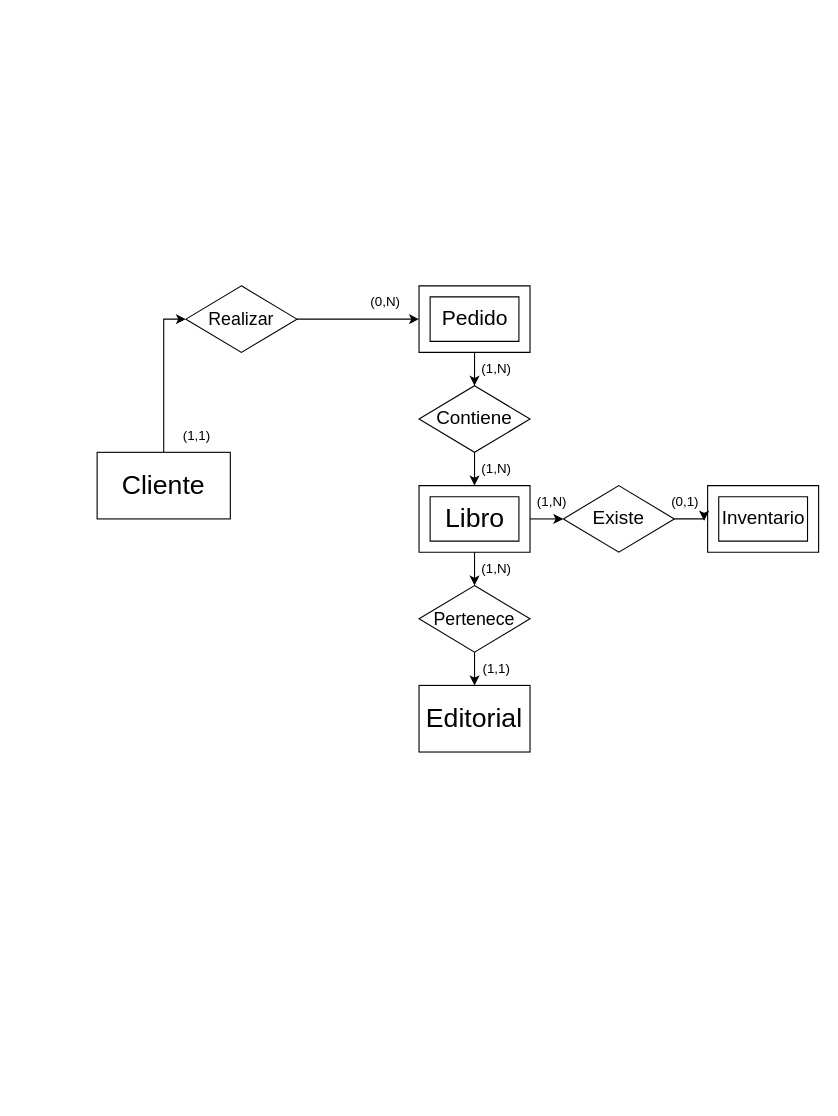
This is Diagrama sin título.drawio from MattLudu/portfolio, a draw.io file, before an edit. Source tidied: cells renumbered, new cells numbered last; positions are measured from the earlier drawing's top-left corner, leaving out a move shared by most shapes. Both pictures are drawn from the tidied source at 111%, with x=0, y=0 at pixel (97, 285).
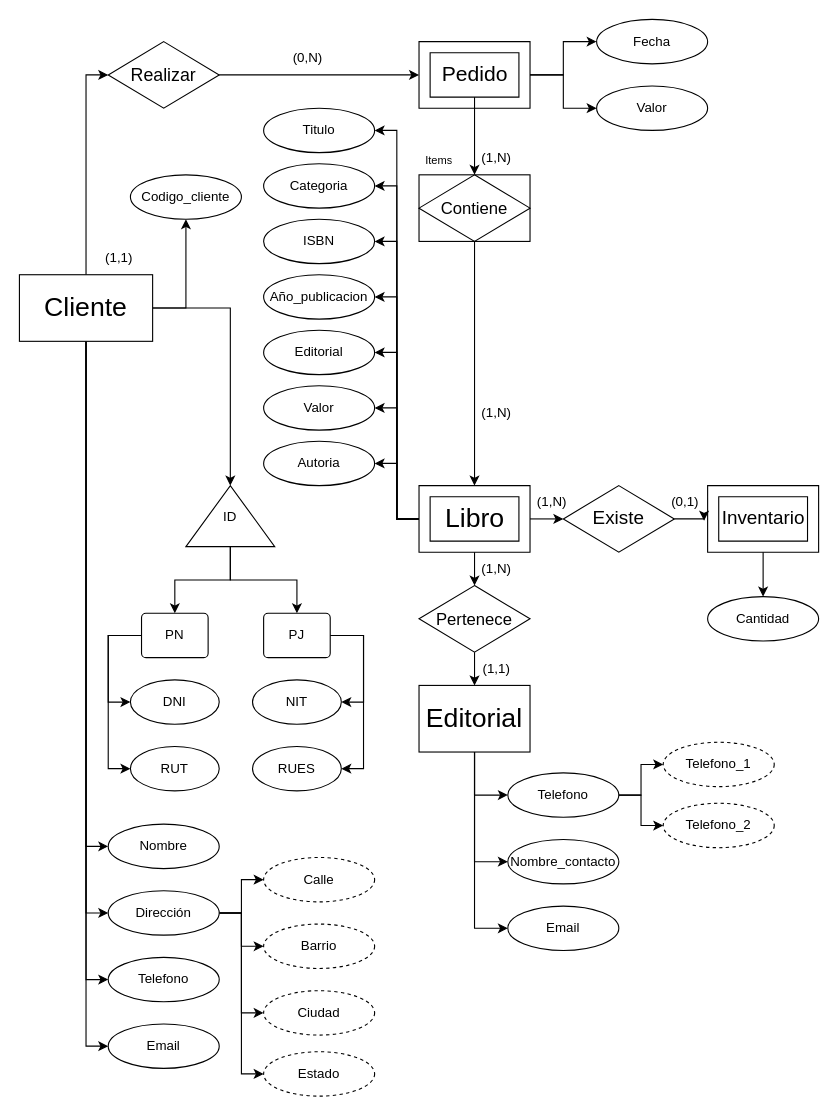
The same diagram, later.

The change refers to these unchanged cells:
```xml
<mxCell id="4" value="&lt;font style=&quot;font-size: 24px;&quot;&gt;Editorial&lt;/font&gt;" style="rounded=0;whiteSpace=wrap;html=1;" parent="1" vertex="1">
  <mxGeometry x="290" y="360" width="100" height="60" as="geometry" />
</mxCell>
<mxCell id="7" style="verticalLabelPosition=bottom;verticalAlign=top;html=1;shape=mxgraph.basic.frame;dx=10;whiteSpace=wrap;" parent="6" vertex="1">
  <mxGeometry width="100" height="60" as="geometry" />
</mxCell>
<mxCell id="10" style="verticalLabelPosition=bottom;verticalAlign=top;html=1;shape=mxgraph.basic.frame;dx=10;whiteSpace=wrap;" parent="9" vertex="1">
  <mxGeometry width="100" height="60" as="geometry" />
</mxCell>
<mxCell id="11" value="&lt;font style=&quot;font-size: 19px;&quot;&gt;Pedido&lt;/font&gt;" style="text;html=1;align=center;verticalAlign=middle;points=[];strokeColor=none;fillColor=none;" parent="9" vertex="1">
  <mxGeometry x="10" y="10" width="80" height="40" as="geometry" />
</mxCell>
<mxCell id="13" style="verticalLabelPosition=bottom;verticalAlign=top;html=1;shape=mxgraph.basic.frame;dx=10;whiteSpace=wrap;" parent="12" vertex="1">
  <mxGeometry width="100" height="60" as="geometry" />
</mxCell>
```

Change to the diagram source:
```diff
@@
+    <mxCell id="33" style="edgeStyle=orthogonalEdgeStyle;rounded=0;jettySize=auto;html=1;exitX=0.5;exitY=1;exitDx=0;exitDy=0;entryX=0;entryY=0.5;entryDx=0;entryDy=0;" parent="1" edge="1" source="3" target="51">
+      <mxGeometry relative="1" as="geometry" />
+    </mxCell>
+    <mxCell id="34" style="edgeStyle=orthogonalEdgeStyle;rounded=0;jettySize=auto;html=1;entryX=0;entryY=0.5;entryDx=0;entryDy=0;" parent="1" edge="1" source="3" target="50">
+      <mxGeometry relative="1" as="geometry" />
+    </mxCell>
+    <mxCell id="35" style="edgeStyle=orthogonalEdgeStyle;rounded=0;jettySize=auto;html=1;entryX=0;entryY=0.5;entryDx=0;entryDy=0;" parent="1" edge="1" source="3" target="45">
+      <mxGeometry relative="1" as="geometry" />
+    </mxCell>
+    <mxCell id="36" style="edgeStyle=orthogonalEdgeStyle;rounded=0;jettySize=auto;html=1;entryX=0;entryY=0.5;entryDx=0;entryDy=0;" parent="1" edge="1" source="3" target="44">
+      <mxGeometry relative="1" as="geometry" />
+    </mxCell>
+    <mxCell id="37" style="edgeStyle=orthogonalEdgeStyle;rounded=0;jettySize=auto;html=1;exitX=1;exitY=0.5;exitDx=0;exitDy=0;entryX=1;entryY=0.5;entryDx=0;entryDy=0;" parent="1" edge="1" source="3" target="58">
+      <mxGeometry relative="1" as="geometry">
+        <Array as="points">
+          <mxPoint x="120" y="20" />
+        </Array>
+      </mxGeometry>
+    </mxCell>
+    <mxCell id="38" style="edgeStyle=orthogonalEdgeStyle;rounded=0;jettySize=auto;html=1;entryX=0.5;entryY=1;entryDx=0;entryDy=0;exitX=1;exitY=0.5;exitDx=0;exitDy=0;" parent="1" edge="1" source="3" target="96">
+      <mxGeometry relative="1" as="geometry" />
+    </mxCell>
     <mxCell id="3" value="&lt;font style=&quot;font-size: 24px;&quot;&gt;Cliente&lt;/font&gt;" style="rounded=0;whiteSpace=wrap;html=1;" parent="1" vertex="1">
-      <mxGeometry y="150" width="120" height="60" as="geometry" />
+      <mxGeometry x="-70" y="-10" width="120" height="60" as="geometry" />
     </mxCell>
+    <mxCell id="39" style="edgeStyle=orthogonalEdgeStyle;rounded=0;jettySize=auto;html=1;entryX=0;entryY=0.5;entryDx=0;entryDy=0;" parent="1" edge="1" source="4" target="92">
+      <mxGeometry relative="1" as="geometry" />
+    </mxCell>
+    <mxCell id="40" style="edgeStyle=orthogonalEdgeStyle;rounded=0;jettySize=auto;html=1;entryX=0;entryY=0.5;entryDx=0;entryDy=0;" parent="1" edge="1" source="4" target="89">
+      <mxGeometry relative="1" as="geometry" />
+    </mxCell>
+    <mxCell id="41" style="edgeStyle=orthogonalEdgeStyle;rounded=0;jettySize=auto;html=1;entryX=0;entryY=0.5;entryDx=0;entryDy=0;" parent="1" edge="1" source="4" target="93">
+      <mxGeometry relative="1" as="geometry" />
+    </mxCell>
@@
     <mxCell id="5" value="&lt;font style=&quot;font-size: 16px;&quot;&gt;Realizar&lt;/font&gt;" style="rhombus;whiteSpace=wrap;html=1;" parent="1" vertex="1">
-      <mxGeometry x="80" width="100" height="60" as="geometry" />
+      <mxGeometry x="10" y="-220" width="100" height="60" as="geometry" />
     </mxCell>
@@
     <mxCell id="9" style="group;" parent="1" vertex="1">
-      <mxGeometry x="290" width="100" height="60" as="geometry" />
+      <mxGeometry x="290" y="-220" width="100" height="60" as="geometry" />
     </mxCell>
@@
     <mxCell id="16" value="(1,1)" style="text;html=1;align=center;verticalAlign=middle;whiteSpace=wrap;rounded=0;" parent="1" vertex="1">
-      <mxGeometry x="60" y="120" width="60" height="30" as="geometry" />
+      <mxGeometry x="-10" y="-40" width="60" height="30" as="geometry" />
     </mxCell>
     <mxCell id="17" value="(0,N)" style="text;html=1;align=center;verticalAlign=middle;whiteSpace=wrap;rounded=0;" parent="1" vertex="1">
-      <mxGeometry x="230" width="60" height="30" as="geometry" />
+      <mxGeometry x="160" y="-220" width="60" height="30" as="geometry" />
     </mxCell>
-    <mxCell id="18" value="&lt;font style=&quot;font-size: 17px;&quot;&gt;Contiene&lt;/font&gt;" style="rhombus;whiteSpace=wrap;html=1;" parent="1" vertex="1">
-      <mxGeometry x="290" y="90" width="100" height="60" as="geometry" />
-    </mxCell>
-    <mxCell id="19" style="edgeStyle=orthogonalEdgeStyle;rounded=0;jettySize=auto;html=1;exitX=0.5;exitY=1;exitDx=0;exitDy=0;exitPerimeter=0;entryX=0.5;entryY=0;entryDx=0;entryDy=0;" parent="1" edge="1" source="10" target="18">
-      <mxGeometry relative="1" as="geometry" />
-    </mxCell>
@@
     <mxCell id="21" value="(1,N)" style="text;html=1;align=center;verticalAlign=middle;whiteSpace=wrap;rounded=0;" parent="1" vertex="1">
-      <mxGeometry x="330" y="60" width="60" height="30" as="geometry" />
+      <mxGeometry x="330" y="-130" width="60" height="30" as="geometry" />
     </mxCell>
     <mxCell id="22" value="(1,N)" style="text;html=1;align=center;verticalAlign=middle;whiteSpace=wrap;rounded=0;" parent="1" vertex="1">
-      <mxGeometry x="330" y="150" width="60" height="30" as="geometry" />
+      <mxGeometry x="330" y="100" width="60" height="30" as="geometry" />
     </mxCell>
@@
-    <mxCell id="24" value="&lt;font style=&quot;font-size: 16px;&quot;&gt;Pertenece&lt;/font&gt;" style="rhombus;whiteSpace=wrap;html=1;" parent="1" vertex="1">
+    <mxCell id="24" value="&lt;font style=&quot;font-size: 15px;&quot;&gt;Pertenece&lt;/font&gt;" style="rhombus;whiteSpace=wrap;html=1;" parent="1" vertex="1">
       <mxGeometry x="290" y="270" width="100" height="60" as="geometry" />
     </mxCell>
@@
+    <mxCell id="18" value="&lt;font style=&quot;font-size: 15px;&quot;&gt;Contiene&lt;/font&gt;" style="shape=associativeEntity;whiteSpace=wrap;html=1;align=center;" parent="1" vertex="1">
+      <mxGeometry x="290" y="-100" width="100" height="60" as="geometry" />
+    </mxCell>
+    <mxCell id="42" value="Items" style="text;strokeColor=none;fillColor=none;spacingLeft=4;spacingRight=4;overflow=hidden;fontSize=10;whiteSpace=wrap;html=1;" parent="1" vertex="1">
+      <mxGeometry x="290" y="-125" width="40" height="30" as="geometry" />
+    </mxCell>
+    <mxCell id="43" style="edgeStyle=orthogonalEdgeStyle;rounded=0;jettySize=auto;html=1;entryX=0.5;entryY=0;entryDx=0;entryDy=0;" parent="1" edge="1" source="11" target="18">
+      <mxGeometry relative="1" as="geometry" />
+    </mxCell>
+    <mxCell id="44" value="Email" style="ellipse;whiteSpace=wrap;html=1;align=center;" parent="1" vertex="1">
+      <mxGeometry x="10" y="665" width="100" height="40" as="geometry" />
+    </mxCell>
+    <mxCell id="45" value="Telefono" style="ellipse;whiteSpace=wrap;html=1;align=center;" parent="1" vertex="1">
+      <mxGeometry x="10" y="605" width="100" height="40" as="geometry" />
+    </mxCell>
+    <mxCell id="46" style="edgeStyle=orthogonalEdgeStyle;rounded=0;jettySize=auto;html=1;exitX=1;exitY=0.5;exitDx=0;exitDy=0;entryX=0;entryY=0.5;entryDx=0;entryDy=0;" parent="1" edge="1" source="50" target="52">
+      <mxGeometry relative="1" as="geometry" />
+    </mxCell>
+    <mxCell id="47" style="edgeStyle=orthogonalEdgeStyle;rounded=0;jettySize=auto;html=1;entryX=0;entryY=0.5;entryDx=0;entryDy=0;" parent="1" edge="1" source="50" target="53">
+      <mxGeometry relative="1" as="geometry" />
+    </mxCell>
+    <mxCell id="48" style="edgeStyle=orthogonalEdgeStyle;rounded=0;jettySize=auto;html=1;entryX=0;entryY=0.5;entryDx=0;entryDy=0;" parent="1" edge="1" source="50" target="54">
+      <mxGeometry relative="1" as="geometry" />
+    </mxCell>
+    <mxCell id="49" style="edgeStyle=orthogonalEdgeStyle;rounded=0;jettySize=auto;html=1;entryX=0;entryY=0.5;entryDx=0;entryDy=0;" parent="1" edge="1" source="50" target="55">
+      <mxGeometry relative="1" as="geometry" />
+    </mxCell>
+    <mxCell id="50" value="Dirección" style="ellipse;whiteSpace=wrap;html=1;align=center;" parent="1" vertex="1">
+      <mxGeometry x="10" y="545" width="100" height="40" as="geometry" />
+    </mxCell>
+    <mxCell id="51" value="Nombre" style="ellipse;whiteSpace=wrap;html=1;align=center;" parent="1" vertex="1">
+      <mxGeometry x="10" y="485" width="100" height="40" as="geometry" />
+    </mxCell>
+    <mxCell id="52" value="Calle" style="ellipse;whiteSpace=wrap;html=1;align=center;dashed=1;" parent="1" vertex="1">
+      <mxGeometry x="150" y="515" width="100" height="40" as="geometry" />
+    </mxCell>
+    <mxCell id="53" value="Barrio" style="ellipse;whiteSpace=wrap;html=1;align=center;dashed=1;" parent="1" vertex="1">
+      <mxGeometry x="150" y="575" width="100" height="40" as="geometry" />
+    </mxCell>
+    <mxCell id="54" value="Ciudad" style="ellipse;whiteSpace=wrap;html=1;align=center;dashed=1;" parent="1" vertex="1">
+      <mxGeometry x="150" y="635" width="100" height="40" as="geometry" />
+    </mxCell>
+    <mxCell id="55" value="Estado" style="ellipse;whiteSpace=wrap;html=1;align=center;dashed=1;" parent="1" vertex="1">
+      <mxGeometry x="150" y="690" width="100" height="40" as="geometry" />
+    </mxCell>
+    <mxCell id="56" style="edgeStyle=orthogonalEdgeStyle;rounded=0;jettySize=auto;html=1;entryX=0.5;entryY=0;entryDx=0;entryDy=0;" parent="1" edge="1" source="58" target="64">
+      <mxGeometry relative="1" as="geometry" />
+    </mxCell>
+    <mxCell id="57" style="edgeStyle=orthogonalEdgeStyle;rounded=0;jettySize=auto;html=1;entryX=0.5;entryY=0;entryDx=0;entryDy=0;" parent="1" edge="1" source="58" target="61">
+      <mxGeometry relative="1" as="geometry" />
+    </mxCell>
+    <mxCell id="58" value="ID" style="triangle;whiteSpace=wrap;html=1;direction=north;" parent="1" vertex="1">
+      <mxGeometry x="80" y="180" width="80" height="55" as="geometry" />
+    </mxCell>
+    <mxCell id="59" style="edgeStyle=orthogonalEdgeStyle;rounded=0;jettySize=auto;html=1;exitX=1;exitY=0.5;exitDx=0;exitDy=0;entryX=1;entryY=0.5;entryDx=0;entryDy=0;" parent="1" edge="1" source="61" target="67">
+      <mxGeometry relative="1" as="geometry" />
+    </mxCell>
+    <mxCell id="60" style="edgeStyle=orthogonalEdgeStyle;rounded=0;jettySize=auto;html=1;entryX=1;entryY=0.5;entryDx=0;entryDy=0;" parent="1" edge="1" source="61" target="68">
+      <mxGeometry relative="1" as="geometry">
+        <Array as="points">
+          <mxPoint x="240" y="315" />
+          <mxPoint x="240" y="435" />
+        </Array>
+      </mxGeometry>
+    </mxCell>
+    <mxCell id="61" value="PJ" style="rounded=1;arcSize=10;whiteSpace=wrap;html=1;align=center;" parent="1" vertex="1">
+      <mxGeometry x="150" y="295" width="60" height="40" as="geometry" />
+    </mxCell>
+    <mxCell id="62" style="edgeStyle=orthogonalEdgeStyle;rounded=0;jettySize=auto;html=1;exitX=0;exitY=0.5;exitDx=0;exitDy=0;entryX=0;entryY=0.5;entryDx=0;entryDy=0;" parent="1" edge="1" source="64" target="65">
+      <mxGeometry relative="1" as="geometry">
+        <Array as="points">
+          <mxPoint x="10" y="315" />
+          <mxPoint x="10" y="375" />
+        </Array>
+      </mxGeometry>
+    </mxCell>
+    <mxCell id="63" style="edgeStyle=orthogonalEdgeStyle;rounded=0;jettySize=auto;html=1;entryX=0;entryY=0.5;entryDx=0;entryDy=0;" parent="1" edge="1" source="64" target="66">
+      <mxGeometry relative="1" as="geometry">
+        <Array as="points">
+          <mxPoint x="10" y="315" />
+          <mxPoint x="10" y="435" />
+        </Array>
+      </mxGeometry>
+    </mxCell>
+    <mxCell id="64" value="PN" style="rounded=1;arcSize=10;whiteSpace=wrap;html=1;align=center;" parent="1" vertex="1">
+      <mxGeometry x="40" y="295" width="60" height="40" as="geometry" />
+    </mxCell>
+    <mxCell id="65" value="DNI" style="ellipse;whiteSpace=wrap;html=1;align=center;" parent="1" vertex="1">
+      <mxGeometry x="30" y="355" width="80" height="40" as="geometry" />
+    </mxCell>
+    <mxCell id="66" value="RUT" style="ellipse;whiteSpace=wrap;html=1;align=center;" parent="1" vertex="1">
+      <mxGeometry x="30" y="415" width="80" height="40" as="geometry" />
+    </mxCell>
+    <mxCell id="67" value="NIT" style="ellipse;whiteSpace=wrap;html=1;align=center;" parent="1" vertex="1">
+      <mxGeometry x="140" y="355" width="80" height="40" as="geometry" />
+    </mxCell>
+    <mxCell id="68" value="RUES" style="ellipse;whiteSpace=wrap;html=1;align=center;" parent="1" vertex="1">
+      <mxGeometry x="140" y="415" width="80" height="40" as="geometry" />
+    </mxCell>
+    <mxCell id="69" value="Fecha" style="ellipse;whiteSpace=wrap;html=1;align=center;" parent="1" vertex="1">
+      <mxGeometry x="450" y="-240" width="100" height="40" as="geometry" />
+    </mxCell>
+    <mxCell id="70" value="Valor" style="ellipse;whiteSpace=wrap;html=1;align=center;" parent="1" vertex="1">
+      <mxGeometry x="450" y="-180" width="100" height="40" as="geometry" />
+    </mxCell>
+    <mxCell id="71" style="edgeStyle=orthogonalEdgeStyle;rounded=0;jettySize=auto;html=1;entryX=0;entryY=0.5;entryDx=0;entryDy=0;exitX=1;exitY=0.5;exitDx=0;exitDy=0;exitPerimeter=0;" parent="1" edge="1" source="10" target="69">
+      <mxGeometry relative="1" as="geometry">
+        <Array as="points">
+          <mxPoint x="420" y="-190" />
+          <mxPoint x="420" y="-220" />
+        </Array>
+      </mxGeometry>
+    </mxCell>
+    <mxCell id="72" style="edgeStyle=orthogonalEdgeStyle;rounded=0;jettySize=auto;html=1;entryX=0;entryY=0.5;entryDx=0;entryDy=0;" parent="1" edge="1" source="10" target="70">
+      <mxGeometry relative="1" as="geometry">
+        <Array as="points">
+          <mxPoint x="420" y="-190" />
+          <mxPoint x="420" y="-160" />
+        </Array>
+      </mxGeometry>
+    </mxCell>
+    <mxCell id="73" value="Cantidad" style="ellipse;whiteSpace=wrap;html=1;align=center;" parent="1" vertex="1">
+      <mxGeometry x="550" y="280" width="100" height="40" as="geometry" />
+    </mxCell>
+    <mxCell id="74" style="edgeStyle=orthogonalEdgeStyle;rounded=0;jettySize=auto;html=1;entryX=0.5;entryY=0;entryDx=0;entryDy=0;" parent="1" edge="1" source="13" target="73">
+      <mxGeometry relative="1" as="geometry" />
+    </mxCell>
+    <mxCell id="75" value="Titulo" style="ellipse;whiteSpace=wrap;html=1;align=center;" parent="1" vertex="1">
+      <mxGeometry x="150" y="-160" width="100" height="40" as="geometry" />
+    </mxCell>
+    <mxCell id="76" value="Categoria" style="ellipse;whiteSpace=wrap;html=1;align=center;" parent="1" vertex="1">
+      <mxGeometry x="150" y="-110" width="100" height="40" as="geometry" />
+    </mxCell>
+    <mxCell id="77" value="ISBN" style="ellipse;whiteSpace=wrap;html=1;align=center;" parent="1" vertex="1">
+      <mxGeometry x="150" y="-60" width="100" height="40" as="geometry" />
+    </mxCell>
+    <mxCell id="78" value="Año_publicacion" style="ellipse;whiteSpace=wrap;html=1;align=center;" parent="1" vertex="1">
+      <mxGeometry x="150" y="-10" width="100" height="40" as="geometry" />
+    </mxCell>
+    <mxCell id="79" value="Editorial" style="ellipse;whiteSpace=wrap;html=1;align=center;" parent="1" vertex="1">
+      <mxGeometry x="150" y="40" width="100" height="40" as="geometry" />
+    </mxCell>
+    <mxCell id="80" value="Valor" style="ellipse;whiteSpace=wrap;html=1;align=center;" parent="1" vertex="1">
+      <mxGeometry x="150" y="90" width="100" height="40" as="geometry" />
+    </mxCell>
+    <mxCell id="81" value="Autoria" style="ellipse;whiteSpace=wrap;html=1;align=center;" parent="1" vertex="1">
+      <mxGeometry x="150" y="140" width="100" height="40" as="geometry" />
+    </mxCell>
+    <mxCell id="82" style="edgeStyle=orthogonalEdgeStyle;rounded=0;jettySize=auto;html=1;entryX=1;entryY=0.5;entryDx=0;entryDy=0;" parent="1" edge="1" target="75">
+      <mxGeometry relative="1" as="geometry">
+        <mxPoint x="290" y="210" as="sourcePoint" />
+      </mxGeometry>
+    </mxCell>
+    <mxCell id="83" style="edgeStyle=orthogonalEdgeStyle;rounded=0;jettySize=auto;html=1;entryX=1;entryY=0.5;entryDx=0;entryDy=0;" parent="1" edge="1" source="7" target="76">
+      <mxGeometry relative="1" as="geometry" />
+    </mxCell>
+    <mxCell id="84" style="edgeStyle=orthogonalEdgeStyle;rounded=0;jettySize=auto;html=1;entryX=1;entryY=0.5;entryDx=0;entryDy=0;" parent="1" edge="1" source="7" target="77">
+      <mxGeometry relative="1" as="geometry" />
+    </mxCell>
+    <mxCell id="85" style="edgeStyle=orthogonalEdgeStyle;rounded=0;jettySize=auto;html=1;entryX=1;entryY=0.5;entryDx=0;entryDy=0;" parent="1" edge="1" source="7" target="78">
+      <mxGeometry relative="1" as="geometry" />
+    </mxCell>
+    <mxCell id="86" style="edgeStyle=orthogonalEdgeStyle;rounded=0;jettySize=auto;html=1;entryX=1;entryY=0.5;entryDx=0;entryDy=0;" parent="1" edge="1" source="7" target="79">
+      <mxGeometry relative="1" as="geometry" />
+    </mxCell>
+    <mxCell id="87" style="edgeStyle=orthogonalEdgeStyle;rounded=0;jettySize=auto;html=1;entryX=1;entryY=0.5;entryDx=0;entryDy=0;" parent="1" edge="1" source="7" target="80">
+      <mxGeometry relative="1" as="geometry" />
+    </mxCell>
+    <mxCell id="88" style="edgeStyle=orthogonalEdgeStyle;rounded=0;jettySize=auto;html=1;entryX=1;entryY=0.5;entryDx=0;entryDy=0;" parent="1" edge="1" source="7" target="81">
+      <mxGeometry relative="1" as="geometry" />
+    </mxCell>
+    <mxCell id="89" value="Nombre_contacto" style="ellipse;whiteSpace=wrap;html=1;align=center;" parent="1" vertex="1">
+      <mxGeometry x="370" y="498.8" width="100" height="40" as="geometry" />
+    </mxCell>
+    <mxCell id="90" style="edgeStyle=orthogonalEdgeStyle;rounded=0;jettySize=auto;html=1;entryX=0;entryY=0.5;entryDx=0;entryDy=0;" parent="1" edge="1" source="92" target="94">
+      <mxGeometry relative="1" as="geometry" />
+    </mxCell>
+    <mxCell id="91" style="edgeStyle=orthogonalEdgeStyle;rounded=0;jettySize=auto;html=1;entryX=0;entryY=0.5;entryDx=0;entryDy=0;" parent="1" edge="1" source="92" target="95">
+      <mxGeometry relative="1" as="geometry" />
+    </mxCell>
+    <mxCell id="92" value="Telefono" style="ellipse;whiteSpace=wrap;html=1;align=center;" parent="1" vertex="1">
+      <mxGeometry x="370" y="438.8" width="100" height="40" as="geometry" />
+    </mxCell>
+    <mxCell id="93" value="Email" style="ellipse;whiteSpace=wrap;html=1;align=center;" parent="1" vertex="1">
+      <mxGeometry x="370" y="558.8" width="100" height="40" as="geometry" />
+    </mxCell>
+    <mxCell id="94" value="Telefono_1" style="ellipse;whiteSpace=wrap;html=1;align=center;dashed=1;" parent="1" vertex="1">
+      <mxGeometry x="510" y="411.2" width="100" height="40" as="geometry" />
+    </mxCell>
+    <mxCell id="95" value="Telefono_2" style="ellipse;whiteSpace=wrap;html=1;align=center;dashed=1;" parent="1" vertex="1">
+      <mxGeometry x="510" y="466.2" width="100" height="40" as="geometry" />
+    </mxCell>
+    <mxCell id="96" value="Codigo_cliente" style="ellipse;whiteSpace=wrap;html=1;align=center;" parent="1" vertex="1">
+      <mxGeometry x="30" y="-100" width="100" height="40" as="geometry" />
+    </mxCell>
```
